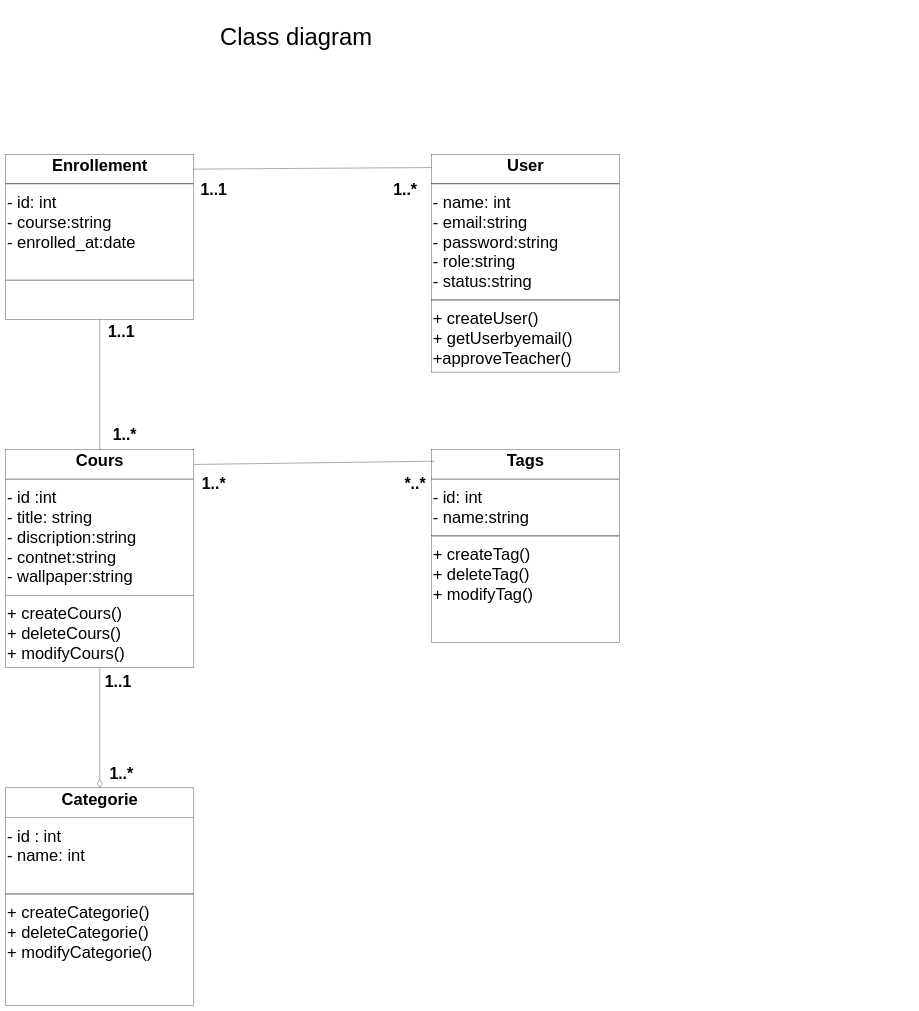
hamza-saaf/Youdemy_Brief_11 keeps this draw.io diagram as page "Page-2" (2 of 2) of Conception UML Use Case Diagram.drawio. Above is the earlier version. Source tidied: cells renumbered, new cells numbered last; positions are measured from the earlier drawing's top-left corner, leaving out a move shared by most shapes. Both pictures are drawn from the tidied source at 33%, with x=0, y=0 at pixel (6, 6).
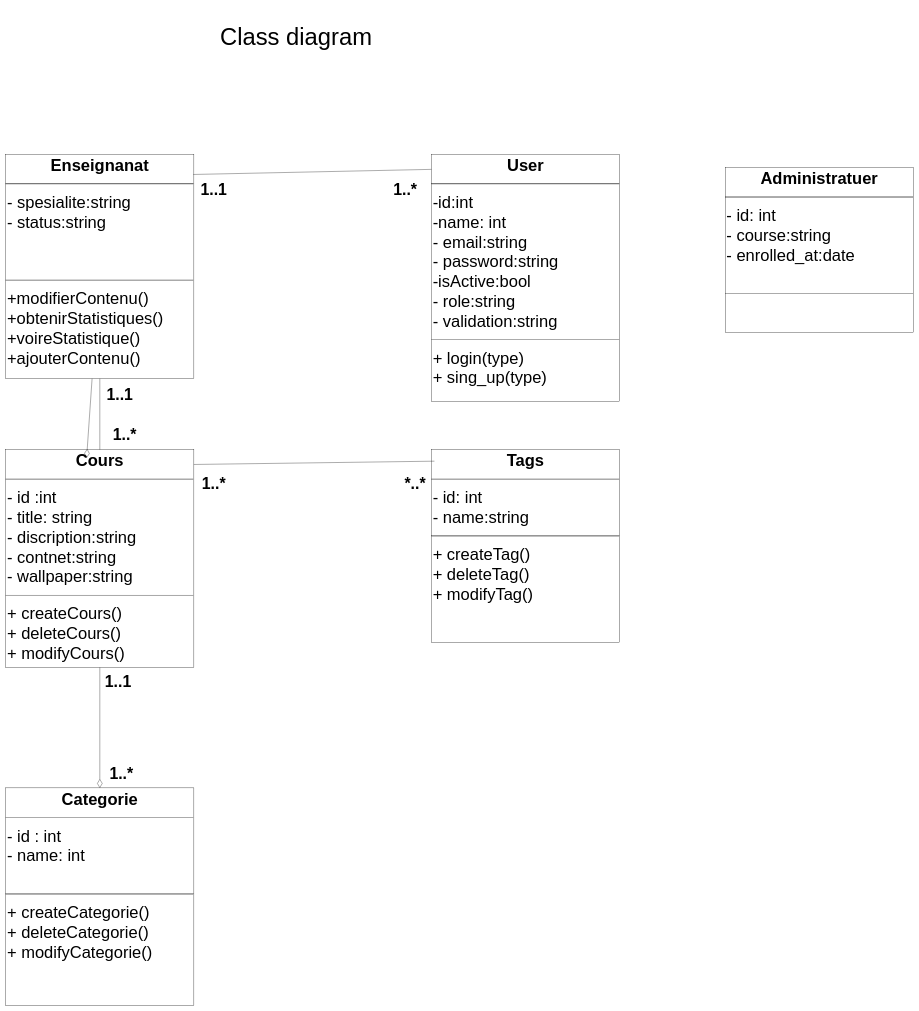
The same page after the edit.

Change to the diagram source:
```diff
@@
-    <mxCell id="2" value="&lt;p style=&quot;margin:0px;margin-top:4px;text-align:center;&quot;&gt;&lt;b&gt;Enrollement&lt;/b&gt;&lt;/p&gt;&lt;hr style=&quot;border-style:solid;&quot;&gt;&lt;p style=&quot;margin:0px;margin-left:4px;&quot;&gt;- id: int&lt;/p&gt;&lt;p style=&quot;margin:0px;margin-left:4px;&quot;&gt;- course:string&lt;/p&gt;&lt;p style=&quot;margin:0px;margin-left:4px;&quot;&gt;-  enrolled_at:date&lt;/p&gt;&lt;p style=&quot;margin:0px;margin-left:4px;&quot;&gt;&lt;br&gt;&lt;/p&gt;&lt;hr style=&quot;border-style:solid;&quot;&gt;&lt;p style=&quot;margin:0px;margin-left:4px;&quot;&gt;&lt;br&gt;&lt;/p&gt;&lt;p style=&quot;margin:0px;margin-left:4px;&quot;&gt;&lt;br&gt;&lt;/p&gt;&lt;p style=&quot;margin:0px;margin-left:4px;&quot;&gt;&lt;br&gt;&lt;/p&gt;" style="verticalAlign=top;align=left;overflow=fill;html=1;whiteSpace=wrap;fontSize=50;" parent="1" vertex="1">
-      <mxGeometry y="450" width="570" height="500" as="geometry" />
+    <mxCell id="2" value="&lt;p style=&quot;margin:0px;margin-top:4px;text-align:center;&quot;&gt;&lt;b&gt;Enseignanat&lt;/b&gt;&lt;/p&gt;&lt;hr style=&quot;border-style:solid;&quot;&gt;&lt;p style=&quot;margin:0px;margin-left:4px;&quot;&gt;- spesialite:string&lt;/p&gt;&lt;p style=&quot;margin:0px;margin-left:4px;&quot;&gt;- status:string&lt;/p&gt;&lt;p style=&quot;margin:0px;margin-left:4px;&quot;&gt;&lt;br&gt;&lt;/p&gt;&lt;p style=&quot;margin:0px;margin-left:4px;&quot;&gt;&lt;br&gt;&lt;/p&gt;&lt;hr style=&quot;border-style:solid;&quot;&gt;&lt;p style=&quot;margin:0px;margin-left:4px;&quot;&gt;+modifierContenu()&lt;/p&gt;&lt;p style=&quot;margin:0px;margin-left:4px;&quot;&gt;+obtenirStatistiques()&lt;/p&gt;&lt;p style=&quot;margin:0px;margin-left:4px;&quot;&gt;+voireStatistique()&lt;/p&gt;&lt;p style=&quot;margin:0px;margin-left:4px;&quot;&gt;+ajouterContenu()&lt;/p&gt;&lt;p style=&quot;margin:0px;margin-left:4px;&quot;&gt;&lt;br&gt;&lt;/p&gt;" style="verticalAlign=top;align=left;overflow=fill;html=1;whiteSpace=wrap;fontSize=50;" parent="1" vertex="1">
+      <mxGeometry y="450" width="570" height="680" as="geometry" />
     </mxCell>
-    <mxCell id="3" value="&lt;p style=&quot;margin:0px;margin-top:4px;text-align:center;&quot;&gt;&lt;b&gt;User&lt;/b&gt;&lt;/p&gt;&lt;hr style=&quot;border-style:solid;&quot;&gt;&lt;p style=&quot;margin:0px;margin-left:4px;&quot;&gt;- name: int&lt;/p&gt;&lt;p style=&quot;margin:0px;margin-left:4px;&quot;&gt;- email:string&lt;/p&gt;&lt;p style=&quot;margin:0px;margin-left:4px;&quot;&gt;- password:string&lt;/p&gt;&lt;p style=&quot;margin:0px;margin-left:4px;&quot;&gt;- role:string&lt;/p&gt;&lt;p style=&quot;margin:0px;margin-left:4px;&quot;&gt;- status:string&lt;/p&gt;&lt;hr style=&quot;border-style:solid;&quot;&gt;&lt;p style=&quot;margin:0px;margin-left:4px;&quot;&gt;+ createUser()&lt;/p&gt;&lt;p style=&quot;margin:0px;margin-left:4px;&quot;&gt;+ getUserbyemail()&lt;/p&gt;&lt;p style=&quot;margin:0px;margin-left:4px;&quot;&gt;+approveTeacher()&lt;/p&gt;&lt;p style=&quot;margin:0px;margin-left:4px;&quot;&gt;&lt;br&gt;&lt;/p&gt;&lt;p style=&quot;margin:0px;margin-left:4px;&quot;&gt;&lt;br&gt;&lt;/p&gt;" style="verticalAlign=top;align=left;overflow=fill;html=1;whiteSpace=wrap;fontSize=50;" parent="1" vertex="1">
-      <mxGeometry x="1290" y="450" width="570" height="660" as="geometry" />
+    <mxCell id="3" value="&lt;p style=&quot;margin:0px;margin-top:4px;text-align:center;&quot;&gt;&lt;b&gt;User&lt;/b&gt;&lt;/p&gt;&lt;hr style=&quot;border-style:solid;&quot;&gt;&lt;p style=&quot;margin:0px;margin-left:4px;&quot;&gt;-id:int&lt;br&gt;-name: int&lt;/p&gt;&lt;p style=&quot;margin:0px;margin-left:4px;&quot;&gt;- email:string&lt;/p&gt;&lt;p style=&quot;margin:0px;margin-left:4px;&quot;&gt;- password:string&lt;/p&gt;&lt;p style=&quot;margin:0px;margin-left:4px;&quot;&gt;-isActive:bool&lt;/p&gt;&lt;p style=&quot;margin:0px;margin-left:4px;&quot;&gt;- role:string&lt;/p&gt;&lt;p style=&quot;margin:0px;margin-left:4px;&quot;&gt;- validation:string&lt;/p&gt;&lt;hr style=&quot;border-style:solid;&quot;&gt;&lt;p style=&quot;margin:0px;margin-left:4px;&quot;&gt;+ login(type)&lt;/p&gt;&lt;p style=&quot;margin:0px;margin-left:4px;&quot;&gt;+ sing_up(type)&lt;/p&gt;&lt;p style=&quot;margin:0px;margin-left:4px;&quot;&gt;&lt;br&gt;&lt;/p&gt;&lt;p style=&quot;margin:0px;margin-left:4px;&quot;&gt;&lt;br&gt;&lt;/p&gt;&lt;p style=&quot;margin:0px;margin-left:4px;&quot;&gt;&lt;br&gt;&lt;/p&gt;" style="verticalAlign=top;align=left;overflow=fill;html=1;whiteSpace=wrap;fontSize=50;" parent="1" vertex="1">
+      <mxGeometry x="1290" y="450" width="570" height="750" as="geometry" />
     </mxCell>
@@
     <mxCell id="12" value="&lt;font style=&quot;font-size: 48px;&quot;&gt;1..1&lt;/font&gt;" style="text;align=center;fontStyle=1;verticalAlign=middle;spacingLeft=3;spacingRight=3;strokeColor=none;html=1;" parent="1" vertex="1">
-      <mxGeometry x="310" y="960" width="80" height="56" as="geometry" />
+      <mxGeometry x="305" y="1150" width="80" height="56" as="geometry" />
     </mxCell>
@@
+    <mxCell id="20" value="&lt;p style=&quot;margin:0px;margin-top:4px;text-align:center;&quot;&gt;&lt;b&gt;Administratuer&lt;/b&gt;&lt;/p&gt;&lt;hr style=&quot;border-style:solid;&quot;&gt;&lt;p style=&quot;margin:0px;margin-left:4px;&quot;&gt;- id: int&lt;/p&gt;&lt;p style=&quot;margin:0px;margin-left:4px;&quot;&gt;- course:string&lt;/p&gt;&lt;p style=&quot;margin:0px;margin-left:4px;&quot;&gt;-  enrolled_at:date&lt;/p&gt;&lt;p style=&quot;margin:0px;margin-left:4px;&quot;&gt;&lt;br&gt;&lt;/p&gt;&lt;hr style=&quot;border-style:solid;&quot;&gt;&lt;p style=&quot;margin:0px;margin-left:4px;&quot;&gt;&lt;br&gt;&lt;/p&gt;&lt;p style=&quot;margin:0px;margin-left:4px;&quot;&gt;&lt;br&gt;&lt;/p&gt;&lt;p style=&quot;margin:0px;margin-left:4px;&quot;&gt;&lt;br&gt;&lt;/p&gt;" style="verticalAlign=top;align=left;overflow=fill;html=1;whiteSpace=wrap;fontSize=50;" parent="1" vertex="1">
+      <mxGeometry x="2180" y="490" width="570" height="500" as="geometry" />
+    </mxCell>
+    <mxCell id="21" style="endArrow=diamondThin;endFill=0;endSize=24;html=1;rounded=0;fontSize=999;labelBorderColor=default;labelBackgroundColor=light-dark(#FFFFFF,#FFFFFF);textShadow=1;fontColor=light-dark(#000000,#FF0000);" parent="1" edge="1" source="2">
+      <mxGeometry relative="1" as="geometry">
+        <mxPoint x="245" y="1370" as="targetPoint" />
+      </mxGeometry>
+    </mxCell>
```
